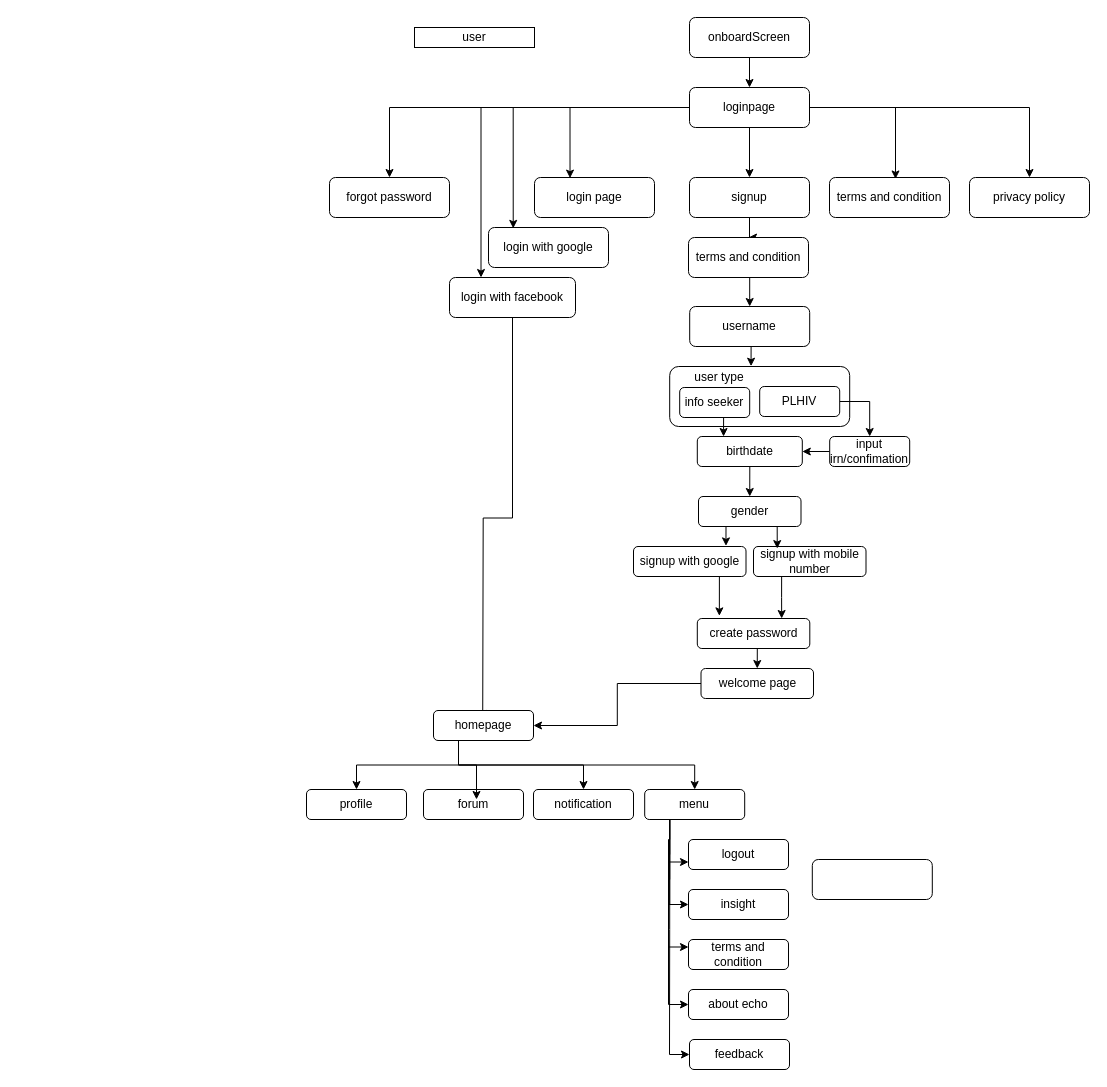
The draw.io diagram Untitled Diagram.drawio in tehnczon/project-echo, before the edit. Source tidied: cells renumbered, new cells numbered last; positions are measured from the earlier drawing's top-left corner, leaving out a move shared by most shapes. Both pictures are drawn from the tidied source at 100%, with x=0, y=0 at pixel (306, 17).
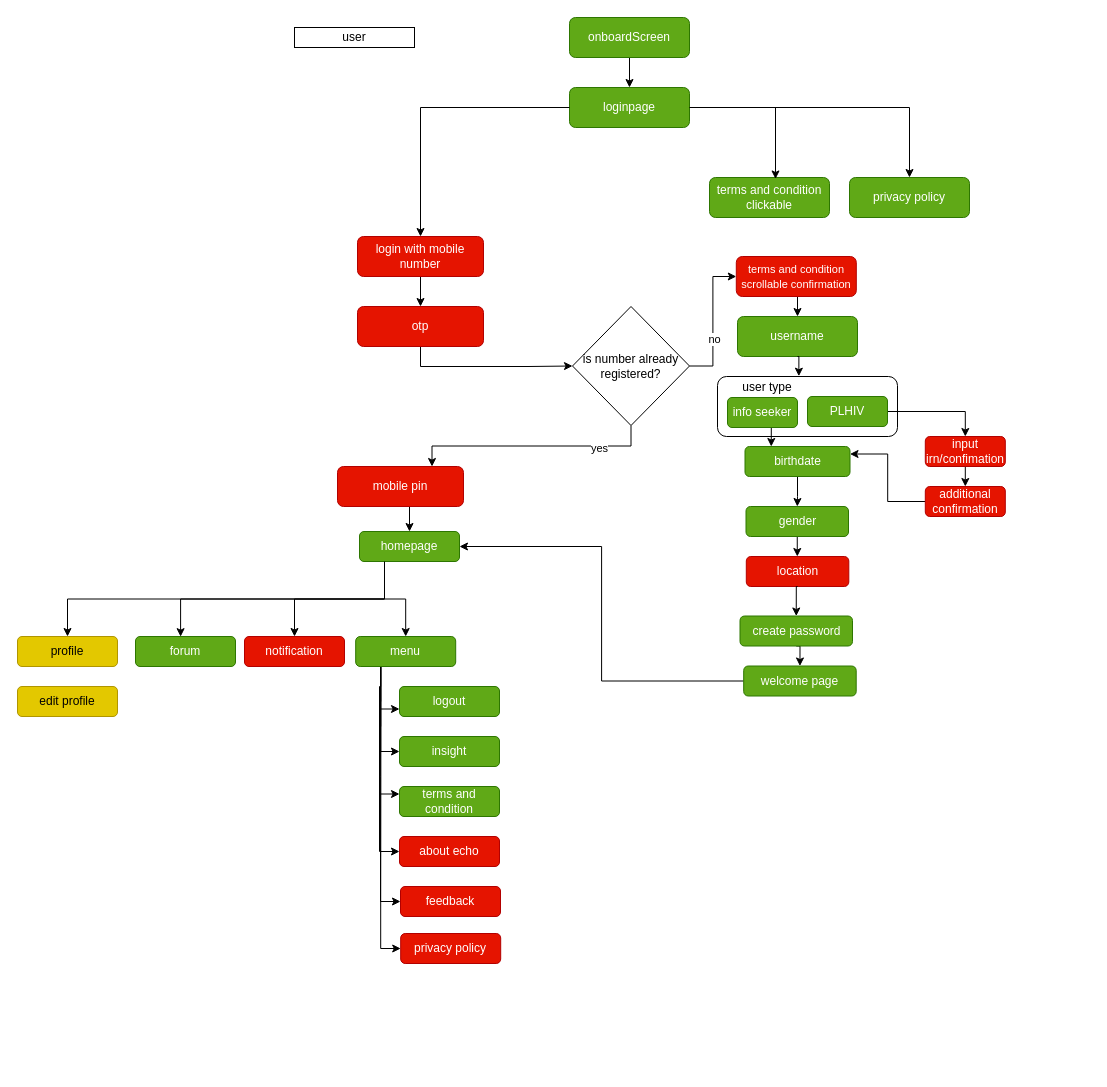
The same diagram, later.

What changed in the source:
```diff
@@
     <mxCell id="2" value="user" style="rounded=0;whiteSpace=wrap;html=1;" parent="1" vertex="1">
-      <mxGeometry x="108" y="10" width="120" height="20" as="geometry" />
+      <mxGeometry x="-12" y="10" width="120" height="20" as="geometry" />
     </mxCell>
     <mxCell id="3" style="edgeStyle=orthogonalEdgeStyle;rounded=0;jettySize=auto;html=1;exitX=0;exitY=0.5;exitDx=0;exitDy=0;" parent="1" edge="1" source="8">
       <mxGeometry relative="1" as="geometry">
-        <mxPoint x="383.2" y="90" as="targetPoint" />
+        <mxPoint x="263.2" y="90" as="targetPoint" />
       </mxGeometry>
     </mxCell>
-    <mxCell id="4" style="edgeStyle=orthogonalEdgeStyle;rounded=0;jettySize=auto;html=1;exitX=0;exitY=0.5;exitDx=0;exitDy=0;entryX=0.25;entryY=0;entryDx=0;entryDy=0;" parent="1" edge="1" source="8" target="14">
-      <mxGeometry relative="1" as="geometry" />
-    </mxCell>
-    <mxCell id="5" style="edgeStyle=orthogonalEdgeStyle;rounded=0;jettySize=auto;html=1;exitX=0.5;exitY=1;exitDx=0;exitDy=0;entryX=0.5;entryY=0;entryDx=0;entryDy=0;" parent="1" edge="1" source="8" target="11">
-      <mxGeometry relative="1" as="geometry" />
-    </mxCell>
@@
-    <mxCell id="7" style="edgeStyle=orthogonalEdgeStyle;rounded=0;jettySize=auto;html=1;exitX=0;exitY=0.5;exitDx=0;exitDy=0;" parent="1" edge="1" source="8" target="21">
-      <mxGeometry relative="1" as="geometry" />
-    </mxCell>
-    <mxCell id="8" value="loginpage" style="rounded=1;whiteSpace=wrap;html=1;" parent="1" vertex="1">
-      <mxGeometry x="383" y="70" width="120" height="40" as="geometry" />
+    <mxCell id="8" value="loginpage" style="rounded=1;whiteSpace=wrap;html=1;fillColor=#60a917;fontColor=#ffffff;strokeColor=#2D7600;" parent="1" vertex="1">
+      <mxGeometry x="263" y="70" width="120" height="40" as="geometry" />
     </mxCell>
-    <mxCell id="9" value="login page" style="rounded=1;whiteSpace=wrap;html=1;" parent="1" vertex="1">
-      <mxGeometry x="228" y="160" width="120" height="40" as="geometry" />
-    </mxCell>
-    <mxCell id="10" style="edgeStyle=orthogonalEdgeStyle;rounded=0;jettySize=auto;html=1;exitX=0.5;exitY=1;exitDx=0;exitDy=0;" parent="1" edge="1" source="11" target="67">
-      <mxGeometry relative="1" as="geometry" />
-    </mxCell>
-    <mxCell id="11" value="signup" style="rounded=1;whiteSpace=wrap;html=1;" parent="1" vertex="1">
-      <mxGeometry x="383" y="160" width="120" height="40" as="geometry" />
-    </mxCell>
-    <mxCell id="12" value="login with google" style="rounded=1;whiteSpace=wrap;html=1;" parent="1" vertex="1">
-      <mxGeometry x="182" y="210" width="120" height="40" as="geometry" />
-    </mxCell>
-    <mxCell id="13" style="edgeStyle=orthogonalEdgeStyle;rounded=0;jettySize=auto;html=1;" parent="1" edge="1" source="14">
-      <mxGeometry relative="1" as="geometry">
-        <mxPoint x="176.2" y="701" as="targetPoint" />
-      </mxGeometry>
-    </mxCell>
+    <mxCell id="68" style="edgeStyle=orthogonalEdgeStyle;rounded=0;jettySize=auto;html=1;exitX=0.5;exitY=1;exitDx=0;exitDy=0;" parent="1" edge="1" source="14" target="75">
+      <mxGeometry relative="1" as="geometry" />
+    </mxCell>
-    <mxCell id="14" value="login with facebook" style="rounded=1;whiteSpace=wrap;html=1;" parent="1" vertex="1">
-      <mxGeometry x="143" y="260" width="126" height="40" as="geometry" />
+    <mxCell id="14" value="login with mobile number" style="rounded=1;whiteSpace=wrap;html=1;fillColor=#e51400;fontColor=#ffffff;strokeColor=#B20000;" parent="1" vertex="1">
+      <mxGeometry x="51" y="219" width="126" height="40" as="geometry" />
     </mxCell>
-    <mxCell id="15" value="terms and condition" style="rounded=1;whiteSpace=wrap;html=1;" parent="1" vertex="1">
-      <mxGeometry x="523" y="160" width="120" height="40" as="geometry" />
+    <mxCell id="15" value="&lt;div&gt;terms and condition&lt;/div&gt;&lt;div&gt;clickable&lt;/div&gt;" style="rounded=1;whiteSpace=wrap;html=1;fillColor=#60a917;fontColor=#ffffff;strokeColor=#2D7600;" parent="1" vertex="1">
+      <mxGeometry x="403" y="160" width="120" height="40" as="geometry" />
     </mxCell>
-    <mxCell id="16" value="privacy policy" style="rounded=1;whiteSpace=wrap;html=1;" parent="1" vertex="1">
-      <mxGeometry x="663" y="160" width="120" height="40" as="geometry" />
+    <mxCell id="16" value="privacy policy" style="rounded=1;whiteSpace=wrap;html=1;fillColor=#60a917;fontColor=#ffffff;strokeColor=#2D7600;" parent="1" vertex="1">
+      <mxGeometry x="543" y="160" width="120" height="40" as="geometry" />
     </mxCell>
-    <mxCell id="17" style="edgeStyle=orthogonalEdgeStyle;rounded=0;jettySize=auto;html=1;exitX=0;exitY=0.5;exitDx=0;exitDy=0;entryX=0.296;entryY=0.015;entryDx=0;entryDy=0;entryPerimeter=0;" parent="1" edge="1" source="8" target="9">
+    <mxCell id="17" style="edgeStyle=orthogonalEdgeStyle;rounded=0;jettySize=auto;html=1;exitX=0;exitY=0.5;exitDx=0;exitDy=0;entryX=0.5;entryY=0;entryDx=0;entryDy=0;" parent="1" edge="1" source="8" target="14">
       <mxGeometry relative="1" as="geometry" />
     </mxCell>
-    <mxCell id="18" style="edgeStyle=orthogonalEdgeStyle;rounded=0;jettySize=auto;html=1;exitX=0;exitY=0.5;exitDx=0;exitDy=0;entryX=0.206;entryY=0.022;entryDx=0;entryDy=0;entryPerimeter=0;" parent="1" edge="1" source="8" target="12">
-      <mxGeometry relative="1" as="geometry" />
-    </mxCell>
@@
-    <mxCell id="20" value="username" style="rounded=1;whiteSpace=wrap;html=1;" parent="1" vertex="1">
-      <mxGeometry x="383.2" y="289" width="120" height="40" as="geometry" />
+    <mxCell id="20" value="username" style="rounded=1;whiteSpace=wrap;html=1;fillColor=#60a917;fontColor=#ffffff;strokeColor=#2D7600;" parent="1" vertex="1">
+      <mxGeometry x="431" y="299" width="120" height="40" as="geometry" />
     </mxCell>
-    <mxCell id="21" value="forgot password" style="rounded=1;whiteSpace=wrap;html=1;" parent="1" vertex="1">
-      <mxGeometry x="23" y="160" width="120" height="40" as="geometry" />
-    </mxCell>
     <mxCell id="22" style="rounded=1;whiteSpace=wrap;html=1;" parent="1" vertex="1">
-      <mxGeometry x="363.2" y="349" width="180" height="60" as="geometry" />
+      <mxGeometry x="411" y="359" width="180" height="60" as="geometry" />
     </mxCell>
@@
-    <mxCell id="24" value="PLHIV" style="rounded=1;whiteSpace=wrap;html=1;" parent="1" vertex="1">
-      <mxGeometry x="453.2" y="369" width="80" height="30" as="geometry" />
+    <mxCell id="24" value="PLHIV" style="rounded=1;whiteSpace=wrap;html=1;fillColor=#60a917;fontColor=#ffffff;strokeColor=#2D7600;" parent="1" vertex="1">
+      <mxGeometry x="501" y="379" width="80" height="30" as="geometry" />
     </mxCell>
@@
-    <mxCell id="26" value="info seeker" style="rounded=1;whiteSpace=wrap;html=1;" parent="1" vertex="1">
-      <mxGeometry x="373.2" y="370" width="70" height="30" as="geometry" />
+    <mxCell id="26" value="info seeker" style="rounded=1;whiteSpace=wrap;html=1;fillColor=#60a917;fontColor=#ffffff;strokeColor=#2D7600;" parent="1" vertex="1">
+      <mxGeometry x="421" y="380" width="70" height="30" as="geometry" />
     </mxCell>
     <mxCell id="27" value="user type" style="rounded=1;whiteSpace=wrap;html=1;strokeColor=none;" parent="1" vertex="1">
-      <mxGeometry x="373.2" y="355" width="80" height="10" as="geometry" />
+      <mxGeometry x="421" y="365" width="80" height="10" as="geometry" />
     </mxCell>
-    <mxCell id="28" style="edgeStyle=orthogonalEdgeStyle;rounded=0;jettySize=auto;html=1;exitX=0.5;exitY=1;exitDx=0;exitDy=0;entryX=0.5;entryY=0;entryDx=0;entryDy=0;" parent="1" edge="1" source="29" target="30">
-      <mxGeometry relative="1" as="geometry" />
-    </mxCell>
+    <mxCell id="69" style="edgeStyle=orthogonalEdgeStyle;rounded=0;jettySize=auto;html=1;exitX=0.5;exitY=1;exitDx=0;exitDy=0;" parent="1" edge="1" source="29" target="73">
+      <mxGeometry relative="1" as="geometry" />
+    </mxCell>
-    <mxCell id="29" value="birthdate" style="rounded=1;whiteSpace=wrap;html=1;" parent="1" vertex="1">
-      <mxGeometry x="390.8" y="419" width="105" height="30" as="geometry" />
+    <mxCell id="29" value="birthdate" style="rounded=1;whiteSpace=wrap;html=1;fillColor=#60a917;fontColor=#ffffff;strokeColor=#2D7600;" parent="1" vertex="1">
+      <mxGeometry x="438.5" y="429" width="105" height="30" as="geometry" />
     </mxCell>
-    <mxCell id="30" value="gender" style="rounded=1;whiteSpace=wrap;html=1;" parent="1" vertex="1">
-      <mxGeometry x="392" y="479" width="102.5" height="30" as="geometry" />
+    <mxCell id="30" value="location" style="rounded=1;whiteSpace=wrap;html=1;fillColor=#e51400;fontColor=#ffffff;strokeColor=#B20000;" parent="1" vertex="1">
+      <mxGeometry x="439.8" y="539" width="102.5" height="30" as="geometry" />
     </mxCell>
-    <mxCell id="31" value="signup with google" style="rounded=1;whiteSpace=wrap;html=1;" parent="1" vertex="1">
-      <mxGeometry x="327" y="529" width="112.5" height="30" as="geometry" />
-    </mxCell>
-    <mxCell id="32" style="edgeStyle=orthogonalEdgeStyle;rounded=0;jettySize=auto;html=1;exitX=0.25;exitY=1;exitDx=0;exitDy=0;entryX=0.75;entryY=0;entryDx=0;entryDy=0;" parent="1" edge="1" source="33" target="35">
-      <mxGeometry relative="1" as="geometry" />
-    </mxCell>
-    <mxCell id="33" value="signup with mobile number" style="rounded=1;whiteSpace=wrap;html=1;" parent="1" vertex="1">
-      <mxGeometry x="447" y="529" width="112.5" height="30" as="geometry" />
-    </mxCell>
@@
-    <mxCell id="35" value="create password" style="rounded=1;whiteSpace=wrap;html=1;" parent="1" vertex="1">
-      <mxGeometry x="390.8" y="601" width="112.5" height="30" as="geometry" />
+    <mxCell id="35" value="create password" style="rounded=1;whiteSpace=wrap;html=1;fillColor=#60a917;fontColor=#ffffff;strokeColor=#2D7600;" parent="1" vertex="1">
+      <mxGeometry x="433.5" y="598.5" width="112.5" height="30" as="geometry" />
     </mxCell>
@@
-    <mxCell id="37" style="edgeStyle=orthogonalEdgeStyle;rounded=0;jettySize=auto;html=1;exitX=0.75;exitY=1;exitDx=0;exitDy=0;entryX=0.211;entryY=0.069;entryDx=0;entryDy=0;entryPerimeter=0;" parent="1" edge="1" source="30" target="33">
-      <mxGeometry relative="1" as="geometry" />
-    </mxCell>
-    <mxCell id="38" style="edgeStyle=orthogonalEdgeStyle;rounded=0;jettySize=auto;html=1;exitX=0.25;exitY=1;exitDx=0;exitDy=0;entryX=0.822;entryY=-0.02;entryDx=0;entryDy=0;entryPerimeter=0;" parent="1" edge="1" source="30" target="31">
-      <mxGeometry relative="1" as="geometry" />
-    </mxCell>
-    <mxCell id="39" style="edgeStyle=orthogonalEdgeStyle;rounded=0;jettySize=auto;html=1;exitX=0.75;exitY=1;exitDx=0;exitDy=0;entryX=0.196;entryY=-0.088;entryDx=0;entryDy=0;entryPerimeter=0;" parent="1" edge="1" source="31" target="35">
-      <mxGeometry relative="1" as="geometry" />
-    </mxCell>
-    <mxCell id="40" style="edgeStyle=orthogonalEdgeStyle;rounded=0;jettySize=auto;html=1;exitX=0;exitY=0.5;exitDx=0;exitDy=0;" parent="1" edge="1" source="41" target="29">
-      <mxGeometry relative="1" as="geometry" />
-    </mxCell>
+    <mxCell id="70" style="edgeStyle=orthogonalEdgeStyle;rounded=0;jettySize=auto;html=1;exitX=0.5;exitY=1;exitDx=0;exitDy=0;entryX=0.5;entryY=0;entryDx=0;entryDy=0;" parent="1" edge="1" source="41" target="79">
+      <mxGeometry relative="1" as="geometry" />
+    </mxCell>
-    <mxCell id="41" value="input irn/confimation " style="rounded=1;whiteSpace=wrap;html=1;" parent="1" vertex="1">
-      <mxGeometry x="523.2" y="419" width="80" height="30" as="geometry" />
+    <mxCell id="41" value="input irn/confimation " style="rounded=1;whiteSpace=wrap;html=1;fillColor=#e51400;fontColor=#ffffff;strokeColor=#B20000;" parent="1" vertex="1">
+      <mxGeometry x="618.8" y="419" width="80" height="30" as="geometry" />
     </mxCell>
@@
-    <mxCell id="43" value="welcome page" style="rounded=1;whiteSpace=wrap;html=1;" parent="1" vertex="1">
-      <mxGeometry x="394.5" y="651" width="112.5" height="30" as="geometry" />
+    <mxCell id="43" value="welcome page" style="rounded=1;whiteSpace=wrap;html=1;fillColor=#60a917;fontColor=#ffffff;strokeColor=#2D7600;" parent="1" vertex="1">
+      <mxGeometry x="437.2" y="648.5" width="112.5" height="30" as="geometry" />
     </mxCell>
@@
-    <mxCell id="47" value="homepage" style="rounded=1;whiteSpace=wrap;html=1;" parent="1" vertex="1">
-      <mxGeometry x="127" y="693" width="100" height="30" as="geometry" />
+    <mxCell id="47" value="homepage" style="rounded=1;whiteSpace=wrap;html=1;fillColor=#60a917;fontColor=#ffffff;strokeColor=#2D7600;" parent="1" vertex="1">
+      <mxGeometry x="53" y="514" width="100" height="30" as="geometry" />
     </mxCell>
@@
-    <mxCell id="49" value="onboardScreen" style="rounded=1;whiteSpace=wrap;html=1;" parent="1" vertex="1">
-      <mxGeometry x="383" width="120" height="40" as="geometry" />
+    <mxCell id="49" value="onboardScreen" style="rounded=1;whiteSpace=wrap;html=1;fillColor=#60a917;fontColor=#ffffff;strokeColor=#2D7600;" parent="1" vertex="1">
+      <mxGeometry x="263" width="120" height="40" as="geometry" />
     </mxCell>
-    <mxCell id="50" value="profile" style="rounded=1;whiteSpace=wrap;html=1;" parent="1" vertex="1">
-      <mxGeometry y="772" width="100" height="30" as="geometry" />
+    <mxCell id="50" value="profile" style="rounded=1;whiteSpace=wrap;html=1;fillColor=#e3c800;fontColor=#000000;strokeColor=#B09500;" parent="1" vertex="1">
+      <mxGeometry x="-289" y="619" width="100" height="30" as="geometry" />
     </mxCell>
-    <mxCell id="51" value="forum" style="rounded=1;whiteSpace=wrap;html=1;" parent="1" vertex="1">
-      <mxGeometry x="117" y="772" width="100" height="30" as="geometry" />
+    <mxCell id="51" value="forum" style="rounded=1;whiteSpace=wrap;html=1;fillColor=#60a917;fontColor=#ffffff;strokeColor=#2D7600;" parent="1" vertex="1">
+      <mxGeometry x="-171" y="619" width="100" height="30" as="geometry" />
     </mxCell>
-    <mxCell id="52" value="notification" style="rounded=1;whiteSpace=wrap;html=1;" parent="1" vertex="1">
-      <mxGeometry x="227" y="772" width="100" height="30" as="geometry" />
+    <mxCell id="52" value="notification" style="rounded=1;whiteSpace=wrap;html=1;fillColor=#e51400;fontColor=#ffffff;strokeColor=#B20000;" parent="1" vertex="1">
+      <mxGeometry x="-62" y="619" width="100" height="30" as="geometry" />
     </mxCell>
@@
+    <mxCell id="71" style="edgeStyle=orthogonalEdgeStyle;rounded=0;jettySize=auto;html=1;exitX=0.25;exitY=1;exitDx=0;exitDy=0;entryX=0;entryY=0.5;entryDx=0;entryDy=0;" parent="1" edge="1" source="58" target="77">
+      <mxGeometry relative="1" as="geometry" />
+    </mxCell>
-    <mxCell id="58" value="menu" style="rounded=1;whiteSpace=wrap;html=1;" parent="1" vertex="1">
-      <mxGeometry x="338.2" y="772" width="100" height="30" as="geometry" />
+    <mxCell id="58" value="menu" style="rounded=1;whiteSpace=wrap;html=1;fillColor=#60a917;fontColor=#ffffff;strokeColor=#2D7600;" parent="1" vertex="1">
+      <mxGeometry x="49.2" y="619" width="100" height="30" as="geometry" />
     </mxCell>
-    <mxCell id="59" style="edgeStyle=orthogonalEdgeStyle;rounded=0;jettySize=auto;html=1;exitX=0.25;exitY=1;exitDx=0;exitDy=0;entryX=0.53;entryY=0.333;entryDx=0;entryDy=0;entryPerimeter=0;" parent="1" edge="1" source="47" target="51">
+    <mxCell id="59" style="edgeStyle=orthogonalEdgeStyle;rounded=0;jettySize=auto;html=1;exitX=0.25;exitY=1;exitDx=0;exitDy=0;entryX=0.451;entryY=0.006;entryDx=0;entryDy=0;entryPerimeter=0;" parent="1" edge="1" source="47" target="51">
       <mxGeometry relative="1" as="geometry" />
     </mxCell>
-    <mxCell id="60" value="logout" style="rounded=1;whiteSpace=wrap;html=1;" parent="1" vertex="1">
-      <mxGeometry x="382" y="822" width="100" height="30" as="geometry" />
+    <mxCell id="60" value="logout" style="rounded=1;whiteSpace=wrap;html=1;fillColor=#60a917;fontColor=#ffffff;strokeColor=#2D7600;" parent="1" vertex="1">
+      <mxGeometry x="93" y="669" width="100" height="30" as="geometry" />
     </mxCell>
-    <mxCell id="61" value="insight" style="rounded=1;whiteSpace=wrap;html=1;" parent="1" vertex="1">
-      <mxGeometry x="382" y="872" width="100" height="30" as="geometry" />
+    <mxCell id="61" value="insight" style="rounded=1;whiteSpace=wrap;html=1;fillColor=#60a917;fontColor=#ffffff;strokeColor=#2D7600;" parent="1" vertex="1">
+      <mxGeometry x="93" y="719" width="100" height="30" as="geometry" />
     </mxCell>
-    <mxCell id="62" value="terms and condition" style="rounded=1;whiteSpace=wrap;html=1;" parent="1" vertex="1">
-      <mxGeometry x="382" y="922" width="100" height="30" as="geometry" />
+    <mxCell id="62" value="terms and condition" style="rounded=1;whiteSpace=wrap;html=1;fillColor=#60a917;fontColor=#ffffff;strokeColor=#2D7600;" parent="1" vertex="1">
+      <mxGeometry x="93" y="769" width="100" height="30" as="geometry" />
     </mxCell>
-    <mxCell id="63" value="about echo" style="rounded=1;whiteSpace=wrap;html=1;" parent="1" vertex="1">
-      <mxGeometry x="382" y="972" width="100" height="30" as="geometry" />
+    <mxCell id="63" value="about echo" style="rounded=1;whiteSpace=wrap;html=1;fillColor=#e51400;fontColor=#ffffff;strokeColor=#B20000;" parent="1" vertex="1">
+      <mxGeometry x="93" y="819" width="100" height="30" as="geometry" />
     </mxCell>
-    <mxCell id="64" value="feedback" style="rounded=1;whiteSpace=wrap;html=1;" parent="1" vertex="1">
-      <mxGeometry x="383" y="1022" width="100" height="30" as="geometry" />
+    <mxCell id="64" value="feedback" style="rounded=1;whiteSpace=wrap;html=1;fillColor=#e51400;fontColor=#ffffff;strokeColor=#B20000;" parent="1" vertex="1">
+      <mxGeometry x="94" y="869" width="100" height="30" as="geometry" />
     </mxCell>
-    <mxCell id="65" style="rounded=1;whiteSpace=wrap;html=1;" parent="1" vertex="1">
-      <mxGeometry x="505.8" y="842" width="120" height="40" as="geometry" />
-    </mxCell>
@@
-    <mxCell id="67" value="terms and condition " style="rounded=1;whiteSpace=wrap;html=1;" parent="1" vertex="1">
-      <mxGeometry x="382" y="220" width="120" height="40" as="geometry" />
+    <mxCell id="67" value="&lt;div&gt;&lt;font style=&quot;font-size: 11px;&quot;&gt;terms and condition scrollable confirmation&lt;/font&gt;&lt;/div&gt;" style="rounded=1;whiteSpace=wrap;html=1;fillColor=#e51400;fontColor=#ffffff;strokeColor=#B20000;" parent="1" vertex="1">
+      <mxGeometry x="429.8" y="239" width="120" height="40" as="geometry" />
     </mxCell>
+    <mxCell id="72" style="edgeStyle=orthogonalEdgeStyle;rounded=0;jettySize=auto;html=1;exitX=0.5;exitY=1;exitDx=0;exitDy=0;" parent="1" edge="1" source="73" target="30">
+      <mxGeometry relative="1" as="geometry" />
+    </mxCell>
+    <mxCell id="73" value="gender" style="rounded=1;whiteSpace=wrap;html=1;fillColor=#60a917;fontColor=#ffffff;strokeColor=#2D7600;" parent="1" vertex="1">
+      <mxGeometry x="439.5" y="489" width="102.5" height="30" as="geometry" />
+    </mxCell>
+    <mxCell id="74" style="edgeStyle=orthogonalEdgeStyle;rounded=0;jettySize=auto;html=1;exitX=0.5;exitY=1;exitDx=0;exitDy=0;entryX=0;entryY=0.5;entryDx=0;entryDy=0;" parent="1" edge="1" source="75" target="87">
+      <mxGeometry relative="1" as="geometry" />
+    </mxCell>
+    <mxCell id="75" value="otp" style="rounded=1;whiteSpace=wrap;html=1;fillColor=#e51400;fontColor=#ffffff;strokeColor=#B20000;" parent="1" vertex="1">
+      <mxGeometry x="51" y="289" width="126" height="40" as="geometry" />
+    </mxCell>
+    <mxCell id="76" value="edit profile" style="rounded=1;whiteSpace=wrap;html=1;fillColor=#e3c800;fontColor=#000000;strokeColor=#B09500;" parent="1" vertex="1">
+      <mxGeometry x="-289" y="669" width="100" height="30" as="geometry" />
+    </mxCell>
+    <mxCell id="77" value="privacy policy" style="rounded=1;whiteSpace=wrap;html=1;fillColor=#e51400;fontColor=#ffffff;strokeColor=#B20000;" parent="1" vertex="1">
+      <mxGeometry x="94.2" y="916" width="100" height="30" as="geometry" />
+    </mxCell>
+    <mxCell id="78" style="edgeStyle=orthogonalEdgeStyle;rounded=0;jettySize=auto;html=1;exitX=0;exitY=0.5;exitDx=0;exitDy=0;entryX=1;entryY=0.25;entryDx=0;entryDy=0;" parent="1" edge="1" source="79" target="29">
+      <mxGeometry relative="1" as="geometry" />
+    </mxCell>
+    <mxCell id="79" value="additional confirmation" style="rounded=1;whiteSpace=wrap;html=1;fillColor=#e51400;fontColor=#ffffff;strokeColor=#B20000;" parent="1" vertex="1">
+      <mxGeometry x="618.8" y="469" width="80" height="30" as="geometry" />
+    </mxCell>
+    <mxCell id="80" style="edgeStyle=orthogonalEdgeStyle;rounded=0;jettySize=auto;html=1;exitX=0.5;exitY=1;exitDx=0;exitDy=0;entryX=0.5;entryY=0;entryDx=0;entryDy=0;" parent="1" edge="1" source="81" target="47">
+      <mxGeometry relative="1" as="geometry" />
+    </mxCell>
+    <mxCell id="81" value="mobile pin" style="rounded=1;whiteSpace=wrap;html=1;fillColor=#e51400;fontColor=#ffffff;strokeColor=#B20000;" parent="1" vertex="1">
+      <mxGeometry x="31" y="449" width="126" height="40" as="geometry" />
+    </mxCell>
+    <mxCell id="82" style="edgeStyle=orthogonalEdgeStyle;rounded=0;jettySize=auto;html=1;exitX=0.5;exitY=1;exitDx=0;exitDy=0;entryX=0.5;entryY=0;entryDx=0;entryDy=0;" parent="1" edge="1" source="30" target="35">
+      <mxGeometry relative="1" as="geometry" />
+    </mxCell>
+    <mxCell id="83" style="edgeStyle=orthogonalEdgeStyle;rounded=0;jettySize=auto;html=1;exitX=1;exitY=0.5;exitDx=0;exitDy=0;entryX=0;entryY=0.5;entryDx=0;entryDy=0;" parent="1" edge="1" source="87" target="67">
+      <mxGeometry relative="1" as="geometry" />
+    </mxCell>
+    <mxCell id="84" value="no" style="edgeLabel;html=1;align=center;verticalAlign=middle;" parent="83" vertex="1">
+      <mxGeometry x="-0.27" y="-1" relative="1" as="geometry" />
+    </mxCell>
+    <mxCell id="85" style="edgeStyle=orthogonalEdgeStyle;rounded=0;jettySize=auto;html=1;exitX=0.5;exitY=1;exitDx=0;exitDy=0;entryX=0.75;entryY=0;entryDx=0;entryDy=0;" parent="1" edge="1" source="87" target="81">
+      <mxGeometry relative="1" as="geometry" />
+    </mxCell>
+    <mxCell id="86" value="yes" style="edgeLabel;html=1;align=center;verticalAlign=middle;" parent="85" vertex="1">
+      <mxGeometry x="-0.56" y="2" relative="1" as="geometry" />
+    </mxCell>
+    <mxCell id="87" value="is number already registered?" style="rhombus;whiteSpace=wrap;html=1;" parent="1" vertex="1">
+      <mxGeometry x="266" y="289" width="117" height="119" as="geometry" />
+    </mxCell>
```
